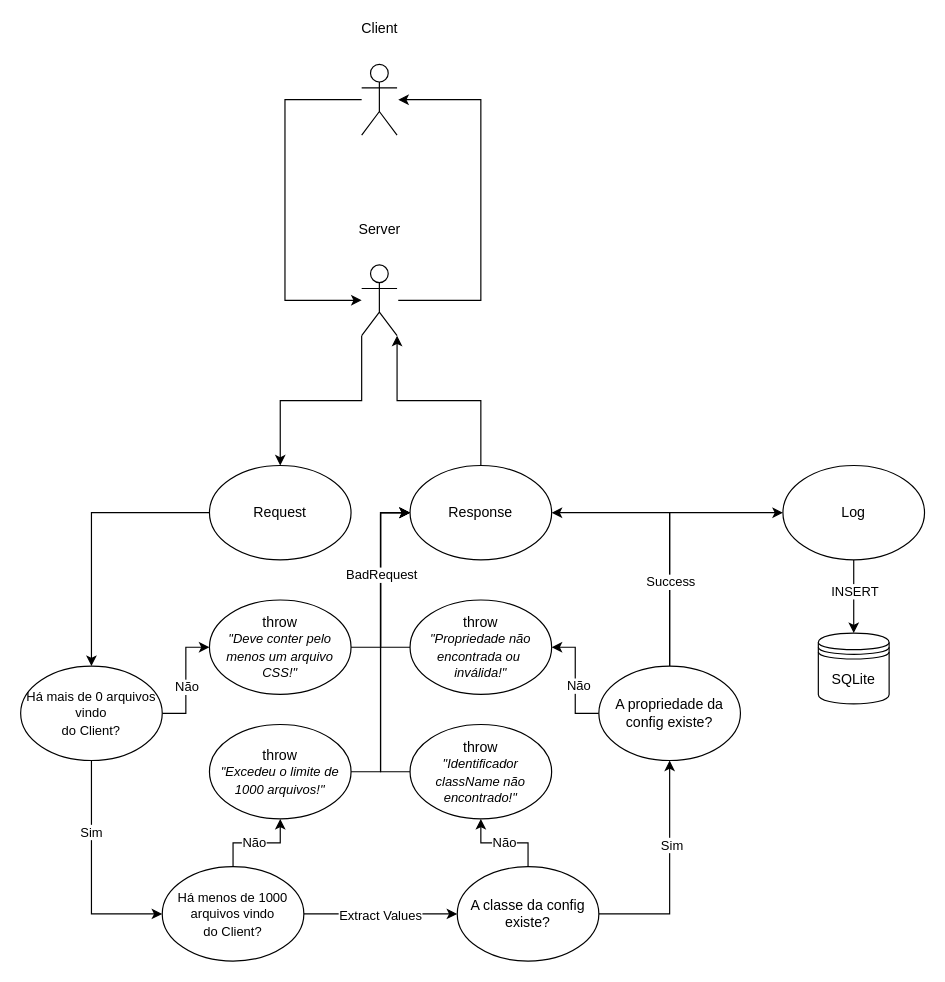
Above: use_case_diagram.drawio in victor-souza-dev/BCPE (draw.io), before the change. Source tidied: cells renumbered, new cells numbered last; positions are measured from the earlier drawing's top-left corner, leaving out a move shared by most shapes. Both pictures are drawn from the tidied source at 118%, with x=0, y=0 at pixel (20, 64).
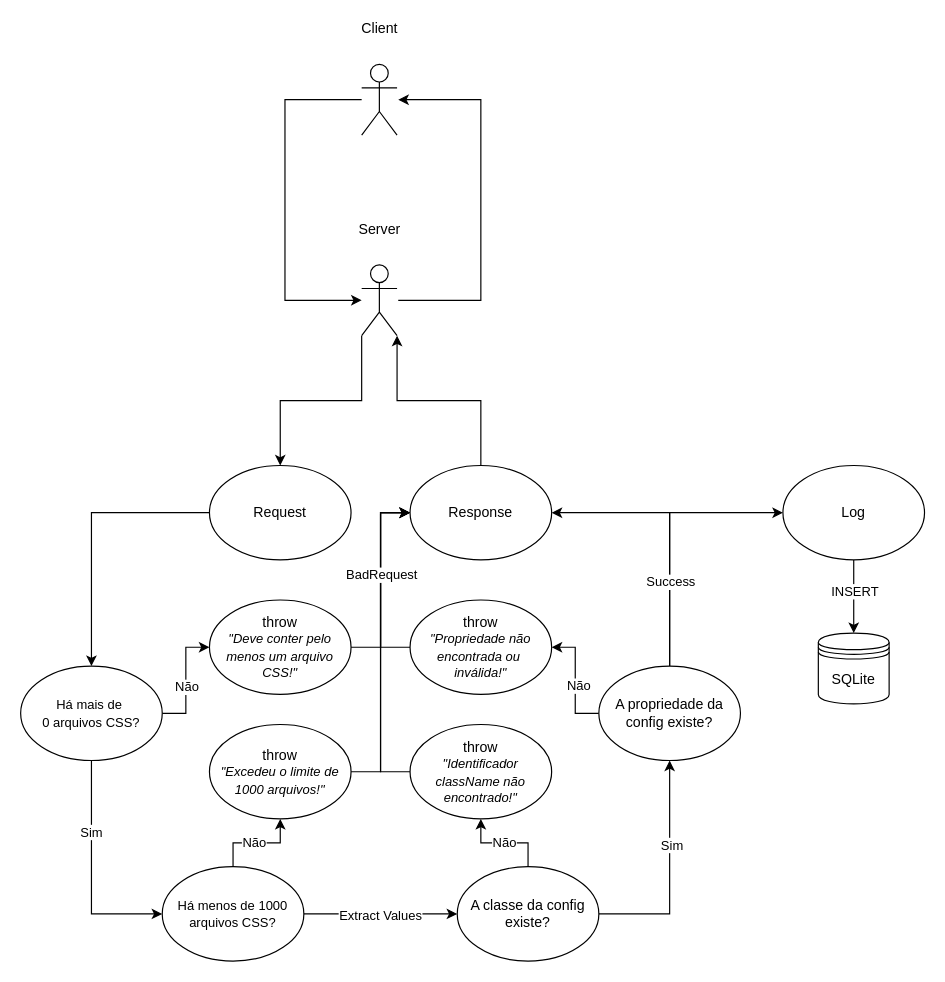
Above is the later version.

What changed in the source:
```diff
@@
-    <mxCell id="12" value="&lt;div&gt;&lt;span style=&quot;font-size: 11px;&quot;&gt;Há mais de 0 arquivos vindo&lt;/span&gt;&lt;/div&gt;&lt;div&gt;&lt;span style=&quot;font-size: 11px;&quot;&gt;do Client?&lt;/span&gt;&lt;/div&gt;" style="ellipse;whiteSpace=wrap;html=1;" parent="1" vertex="1">
+    <mxCell id="12" value="&lt;div&gt;&lt;span style=&quot;font-size: 11px;&quot;&gt;Há mais de&amp;nbsp;&lt;/span&gt;&lt;/div&gt;&lt;div&gt;&lt;span style=&quot;font-size: 11px;&quot;&gt;0 arquivos CSS&lt;/span&gt;&lt;span style=&quot;font-size: 11px; background-color: initial;&quot;&gt;?&lt;/span&gt;&lt;/div&gt;" style="ellipse;whiteSpace=wrap;html=1;" parent="1" vertex="1">
       <mxGeometry y="510" width="120" height="80" as="geometry" />
     </mxCell>
@@
-    <mxCell id="19" value="&lt;div&gt;&lt;span style=&quot;font-size: 11px;&quot;&gt;Há menos de 1000 arquivos vindo&lt;/span&gt;&lt;/div&gt;&lt;div&gt;&lt;span style=&quot;font-size: 11px;&quot;&gt;do Client?&lt;/span&gt;&lt;/div&gt;" style="ellipse;whiteSpace=wrap;html=1;" parent="1" vertex="1">
+    <mxCell id="19" value="&lt;div&gt;&lt;span style=&quot;font-size: 11px;&quot;&gt;Há menos de 1000 arquivos CSS&lt;/span&gt;&lt;span style=&quot;font-size: 11px; background-color: initial;&quot;&gt;?&lt;/span&gt;&lt;/div&gt;" style="ellipse;whiteSpace=wrap;html=1;" parent="1" vertex="1">
       <mxGeometry x="120" y="680" width="120" height="80" as="geometry" />
     </mxCell>
```
